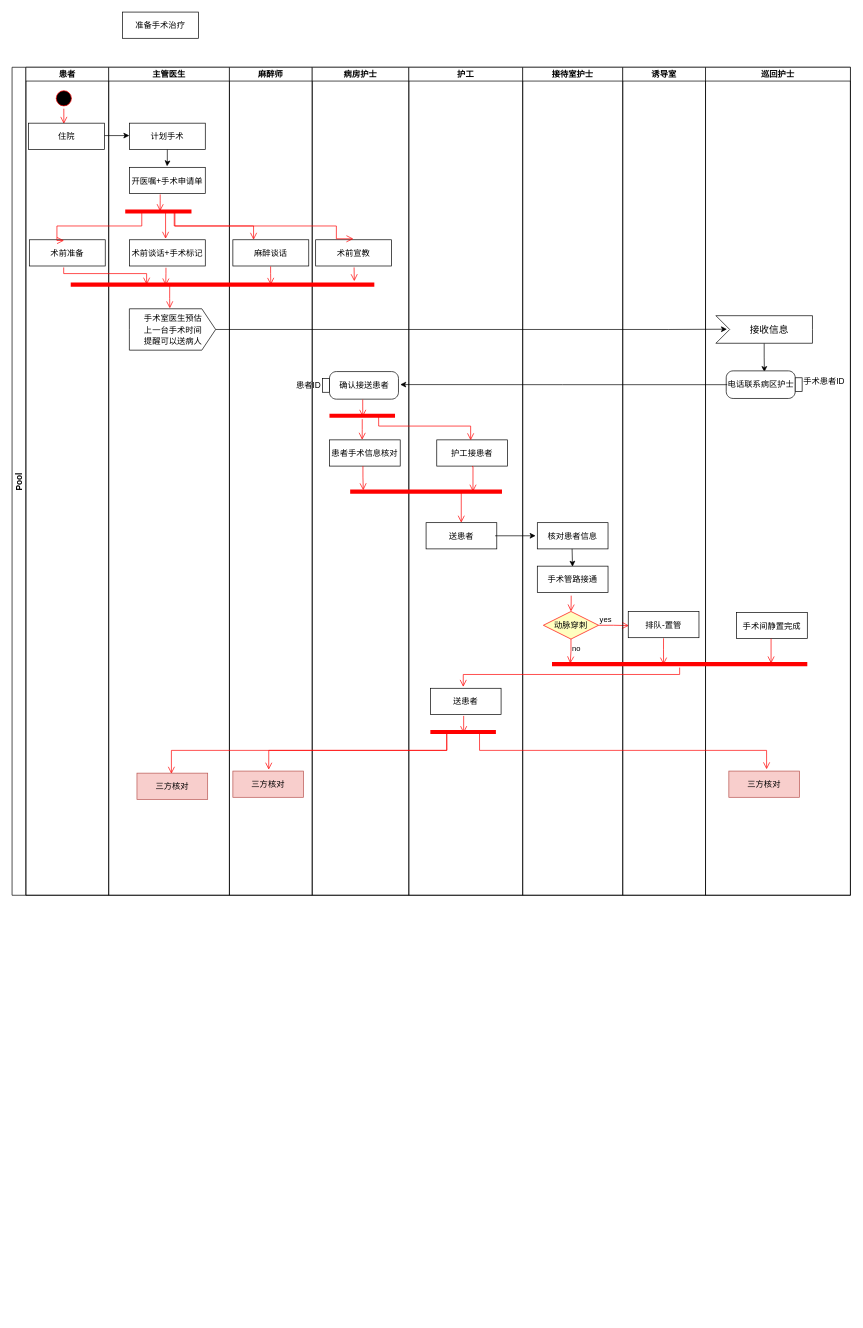
The draw.io diagram page "Page-3" (3 of 3) of medical quality control/SurgeryWorkFlow/手术业务流程图.drawio in weihuohuayi/draw.io, before the edit. Source tidied: cells renumbered, new cells numbered last; positions are measured from the earlier drawing's top-left corner, leaving out a move shared by most shapes. Both pictures are drawn from the tidied source at 69%, with x=0, y=0 at pixel (12, 12).
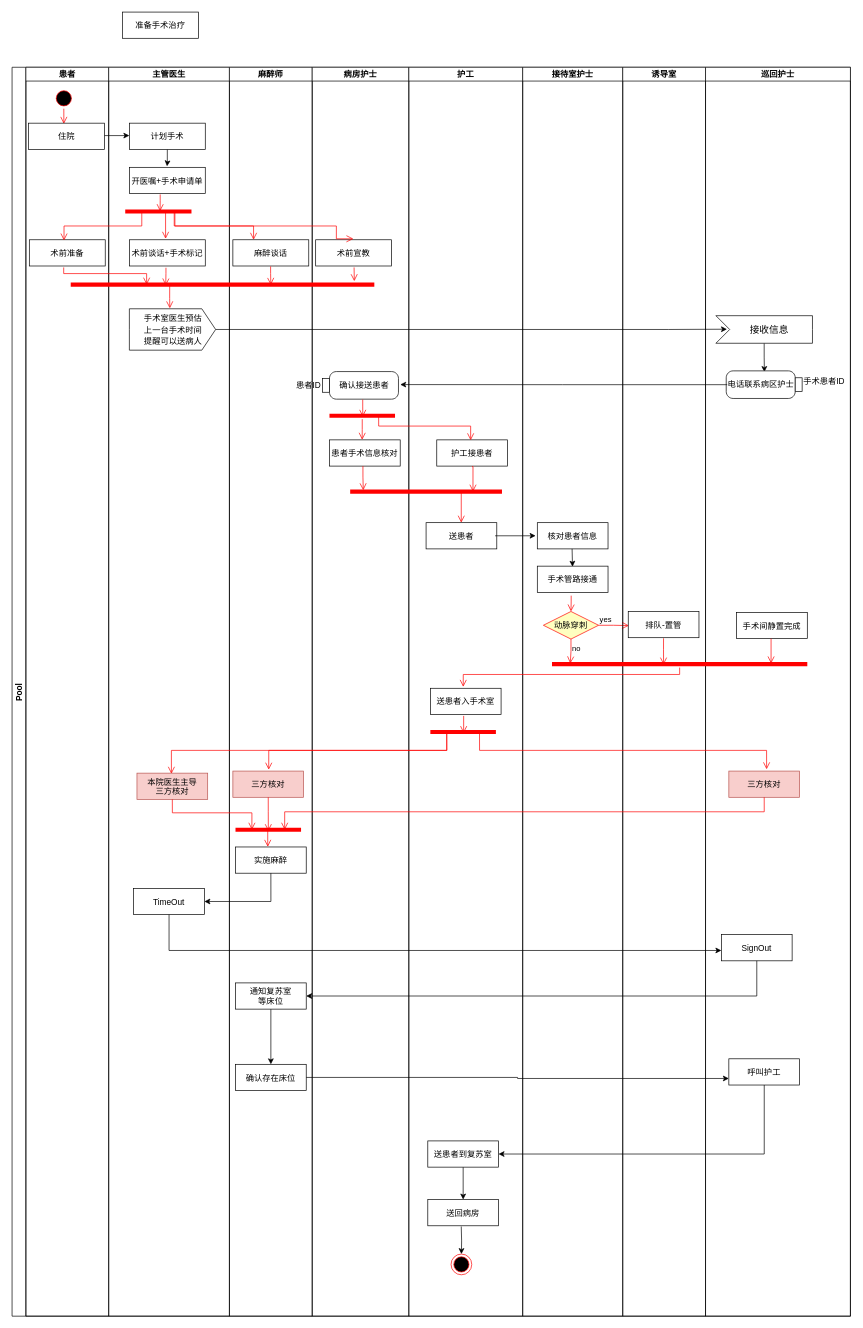
Above is the later version.

Commit message:
Update 手术业务流程图.drawio

Unchanged cells that the change refers to:
```xml
<mxCell id="7" value="术前准备" style="fillColor=rgb(255, 255, 255);strokeColor=rgb(0, 0, 0);fontColor=rgb(0, 0, 0);" parent="3" vertex="1">
  <mxGeometry x="5" y="250" width="110" height="38" as="geometry" />
</mxCell>
<mxCell id="16" value="三方核对" style="fillColor=#f8cecc;strokeColor=#b85450;" parent="14" vertex="1">
  <mxGeometry x="5" y="1020" width="102.5" height="38" as="geometry" />
</mxCell>
<mxCell id="29" style="shape=line;html=1;strokeWidth=6;strokeColor=#ff0000;" parent="27" vertex="1">
  <mxGeometry x="-85" y="610" width="220" height="10" as="geometry" />
</mxCell>
<mxCell id="54" value="三方核对" style="fillColor=#f8cecc;strokeColor=#b85450;" parent="46" vertex="1">
  <mxGeometry x="33.8" y="1020" width="102.5" height="38" as="geometry" />
</mxCell>
<mxCell id="70" style="shape=line;html=1;strokeWidth=6;strokeColor=#ff0000;" parent="1" vertex="1">
  <mxGeometry x="164" y="284" width="96" height="10" as="geometry" />
</mxCell>
```

Change to the diagram source:
```diff
@@
     <mxCell id="2" value="Pool" style="swimlane;startSize=20;horizontal=0;" parent="1" vertex="1">
-      <mxGeometry y="80" width="1215" height="1200" as="geometry" />
+      <mxGeometry y="80" width="1215" height="1810" as="geometry" />
     </mxCell>
     <mxCell id="3" value="患者" style="swimlane;startSize=20;" parent="2" vertex="1">
-      <mxGeometry x="20" width="120" height="1200" as="geometry" />
+      <mxGeometry x="20" width="120" height="1810" as="geometry" />
     </mxCell>
@@
     <mxCell id="8" value="主管医生" style="swimlane;startSize=20;" parent="2" vertex="1">
-      <mxGeometry x="140" width="175" height="1200" as="geometry" />
+      <mxGeometry x="140" width="175" height="1810" as="geometry" />
     </mxCell>
@@
+    <mxCell id="78" value="TimeOut" style="fillColor=rgb(255, 255, 255);strokeColor=rgb(0, 0, 0);fontColor=rgb(0, 0, 0);" parent="8" vertex="1">
+      <mxGeometry x="36.2" y="1190" width="102.5" height="38" as="geometry" />
+    </mxCell>
     <mxCell id="14" value="麻醉师" style="swimlane;startSize=20;" parent="2" vertex="1">
-      <mxGeometry x="315" width="120" height="1200" as="geometry" />
+      <mxGeometry x="315" width="120" height="1810" as="geometry" />
     </mxCell>
@@
+    <mxCell id="79" style="shape=line;html=1;strokeWidth=6;strokeColor=#ff0000;" parent="14" vertex="1">
+      <mxGeometry x="8.8" y="1100" width="95" height="10" as="geometry" />
+    </mxCell>
+    <mxCell id="80" style="edgeStyle=orthogonalEdgeStyle;html=1;verticalAlign=bottom;endArrow=open;endSize=8;strokeColor=#ff0000;rounded=0;exitX=0.5;exitY=1;exitDx=0;exitDy=0;entryX=0.501;entryY=0.706;entryDx=0;entryDy=0;entryPerimeter=0;" parent="14" edge="1" source="16" target="79">
+      <mxGeometry relative="1" as="geometry" />
+    </mxCell>
+    <mxCell id="81" value="实施麻醉" style="fillColor=rgb(255, 255, 255);strokeColor=rgb(0, 0, 0);fontColor=rgb(0, 0, 0);" parent="14" vertex="1">
+      <mxGeometry x="8.8" y="1130" width="102.5" height="38" as="geometry" />
+    </mxCell>
+    <mxCell id="82" style="edgeStyle=orthogonalEdgeStyle;html=1;verticalAlign=bottom;endArrow=open;endSize=8;strokeColor=#ff0000;rounded=0;entryX=0.457;entryY=-0.006;entryDx=0;entryDy=0;entryPerimeter=0;exitX=0.492;exitY=0.604;exitDx=0;exitDy=0;exitPerimeter=0;" parent="14" edge="1" source="79" target="81">
+      <mxGeometry relative="1" as="geometry" />
+    </mxCell>
+    <mxCell id="83" style="edgeStyle=orthogonalEdgeStyle;rounded=0;jettySize=auto;html=1;" parent="14" edge="1" source="84" target="85">
+      <mxGeometry relative="1" as="geometry" />
+    </mxCell>
+    <mxCell id="84" value="通知复苏室&#10;等床位" style="fillColor=rgb(255, 255, 255);strokeColor=rgb(0, 0, 0);fontColor=rgb(0, 0, 0);" parent="14" vertex="1">
+      <mxGeometry x="8.8" y="1327" width="102.5" height="38" as="geometry" />
+    </mxCell>
+    <mxCell id="85" value="确认存在床位" style="fillColor=rgb(255, 255, 255);strokeColor=rgb(0, 0, 0);fontColor=rgb(0, 0, 0);" parent="14" vertex="1">
+      <mxGeometry x="8.8" y="1445" width="102.5" height="38" as="geometry" />
+    </mxCell>
     <mxCell id="17" value="病房护士" style="swimlane;startSize=20;" parent="2" vertex="1">
-      <mxGeometry x="435" width="140" height="1200" as="geometry" />
+      <mxGeometry x="435" width="140" height="1810" as="geometry" />
     </mxCell>
@@
     <mxCell id="27" value="护工" style="swimlane;startSize=20;" parent="2" vertex="1">
-      <mxGeometry x="575" width="165" height="1200" as="geometry" />
+      <mxGeometry x="575" width="165" height="1810" as="geometry" />
     </mxCell>
@@
-    <mxCell id="32" style="edgeStyle=orthogonalEdgeStyle;html=1;verticalAlign=bottom;endArrow=open;endSize=8;strokeColor=#ff0000;rounded=0;exitX=0.519;exitY=0.638;exitDx=0;exitDy=0;exitPerimeter=0;" parent="27" edge="1" source="29">
+    <mxCell id="32" style="edgeStyle=orthogonalEdgeStyle;html=1;verticalAlign=bottom;endArrow=open;endSize=8;strokeColor=#ff0000;rounded=0;" parent="27" edge="1">
       <mxGeometry relative="1" as="geometry">
+        <mxPoint x="76" y="616" as="sourcePoint" />
         <mxPoint x="76" y="660" as="targetPoint" />
         <Array as="points">
           <mxPoint x="76" y="616" />
           <mxPoint x="76" y="660" />
         </Array>
       </mxGeometry>
     </mxCell>
-    <mxCell id="33" value="送患者" style="fillColor=rgb(255, 255, 255);strokeColor=rgb(0, 0, 0);fontColor=rgb(0, 0, 0);" parent="27" vertex="1">
+    <mxCell id="33" value="送患者入手术室" style="fillColor=rgb(255, 255, 255);strokeColor=rgb(0, 0, 0);fontColor=rgb(0, 0, 0);" parent="27" vertex="1">
       <mxGeometry x="31.2" y="900" width="102.5" height="38" as="geometry" />
     </mxCell>
@@
+    <mxCell id="86" style="edgeStyle=orthogonalEdgeStyle;rounded=0;jettySize=auto;html=1;" parent="27" edge="1" source="87" target="90">
+      <mxGeometry relative="1" as="geometry" />
+    </mxCell>
+    <mxCell id="87" value="送患者到复苏室" style="fillColor=rgb(255, 255, 255);strokeColor=rgb(0, 0, 0);fontColor=rgb(0, 0, 0);" parent="27" vertex="1">
+      <mxGeometry x="27.5" y="1556" width="102.5" height="38" as="geometry" />
+    </mxCell>
+    <mxCell id="88" style="ellipse;html=1;shape=endState;fillColor=#000000;strokeColor=#ff0000;" parent="27" vertex="1">
+      <mxGeometry x="61.2" y="1720" width="30" height="30" as="geometry" />
+    </mxCell>
+    <mxCell id="89" style="edgeStyle=orthogonalEdgeStyle;rounded=0;jettySize=auto;html=1;" parent="27" edge="1" target="88">
+      <mxGeometry relative="1" as="geometry">
+        <mxPoint x="76" y="1680" as="sourcePoint" />
+      </mxGeometry>
+    </mxCell>
+    <mxCell id="90" value="送回病房" style="fillColor=rgb(255, 255, 255);strokeColor=rgb(0, 0, 0);fontColor=rgb(0, 0, 0);" parent="27" vertex="1">
+      <mxGeometry x="27.5" y="1641" width="102.5" height="38" as="geometry" />
+    </mxCell>
     <mxCell id="36" value="接待室护士" style="swimlane;startSize=20;" parent="2" vertex="1">
-      <mxGeometry x="740" width="145" height="1200" as="geometry" />
+      <mxGeometry x="740" width="145" height="1810" as="geometry" />
     </mxCell>
@@
     <mxCell id="44" value="诱导室" style="swimlane;startSize=20;fillColor=rgb(255, 255, 255);strokeColor=rgb(0, 0, 0);fontColor=rgb(0, 0, 0);" parent="2" vertex="1">
-      <mxGeometry x="885" width="120" height="1200" as="geometry" />
+      <mxGeometry x="885" width="120" height="1810" as="geometry" />
     </mxCell>
@@
     <mxCell id="46" value="巡回护士" style="swimlane;startSize=20;" parent="2" vertex="1">
-      <mxGeometry x="1005" width="210" height="1200" as="geometry" />
+      <mxGeometry x="1005" width="210" height="1810" as="geometry" />
     </mxCell>
@@
+    <mxCell id="91" value="SignOut" style="fillColor=rgb(255, 255, 255);strokeColor=rgb(0, 0, 0);fontColor=rgb(0, 0, 0);" parent="46" vertex="1">
+      <mxGeometry x="23" y="1257" width="102.5" height="38" as="geometry" />
+    </mxCell>
+    <mxCell id="92" value="呼叫护工" style="fillColor=rgb(255, 255, 255);strokeColor=rgb(0, 0, 0);fontColor=rgb(0, 0, 0);" parent="46" vertex="1">
+      <mxGeometry x="33.8" y="1437" width="102.5" height="38" as="geometry" />
+    </mxCell>
@@
+    <mxCell id="93" style="edgeStyle=orthogonalEdgeStyle;html=1;verticalAlign=bottom;endArrow=open;endSize=8;strokeColor=#ff0000;rounded=0;exitX=0.5;exitY=1;exitDx=0;exitDy=0;entryX=0.75;entryY=0.5;entryDx=0;entryDy=0;entryPerimeter=0;" parent="2" edge="1" source="54" target="79">
+      <mxGeometry relative="1" as="geometry" />
+    </mxCell>
+    <mxCell id="94" style="edgeStyle=orthogonalEdgeStyle;rounded=0;jettySize=auto;html=1;entryX=1;entryY=0.5;entryDx=0;entryDy=0;exitX=0.5;exitY=1;exitDx=0;exitDy=0;" parent="2" edge="1" source="81" target="78">
+      <mxGeometry relative="1" as="geometry" />
+    </mxCell>
+    <mxCell id="95" style="edgeStyle=orthogonalEdgeStyle;rounded=0;jettySize=auto;html=1;" parent="2" edge="1" source="78">
+      <mxGeometry relative="1" as="geometry">
+        <mxPoint x="1028" y="1280" as="targetPoint" />
+        <Array as="points">
+          <mxPoint x="228" y="1280" />
+          <mxPoint x="1028" y="1280" />
+        </Array>
+      </mxGeometry>
+    </mxCell>
+    <mxCell id="96" style="edgeStyle=orthogonalEdgeStyle;rounded=0;jettySize=auto;html=1;entryX=1;entryY=0.5;entryDx=0;entryDy=0;" parent="2" edge="1" source="91" target="84">
+      <mxGeometry relative="1" as="geometry">
+        <Array as="points">
+          <mxPoint x="1079" y="1346" />
+        </Array>
+      </mxGeometry>
+    </mxCell>
+    <mxCell id="97" style="edgeStyle=orthogonalEdgeStyle;rounded=0;jettySize=auto;html=1;entryX=0;entryY=0.75;entryDx=0;entryDy=0;" parent="2" edge="1" source="85" target="92">
+      <mxGeometry relative="1" as="geometry" />
+    </mxCell>
+    <mxCell id="98" style="edgeStyle=orthogonalEdgeStyle;rounded=0;jettySize=auto;html=1;entryX=1;entryY=0.5;entryDx=0;entryDy=0;" parent="2" edge="1" source="92" target="87">
+      <mxGeometry relative="1" as="geometry">
+        <Array as="points">
+          <mxPoint x="1090" y="1575" />
+        </Array>
+      </mxGeometry>
+    </mxCell>
@@
     <mxCell id="75" style="edgeStyle=orthogonalEdgeStyle;html=1;verticalAlign=bottom;endArrow=open;endSize=8;strokeColor=#ff0000;rounded=0;exitX=0.25;exitY=0.5;exitDx=0;exitDy=0;exitPerimeter=0;entryX=0.457;entryY=0.028;entryDx=0;entryDy=0;entryPerimeter=0;" parent="1" edge="1" source="70" target="7">
       <mxGeometry relative="1" as="geometry">
         <Array as="points">
           <mxPoint x="188" y="310" />
-          <mxPoint x="65" y="310" />
+          <mxPoint x="75" y="310" />
+          <mxPoint x="75" y="331" />
         </Array>
       </mxGeometry>
     </mxCell>
-    <mxCell id="76" value="三方核对" style="fillColor=#f8cecc;strokeColor=#b85450;" parent="1" vertex="1">
+    <mxCell id="76" value="本院医生主导&#10;三方核对" style="fillColor=#f8cecc;strokeColor=#b85450;" parent="1" vertex="1">
       <mxGeometry x="181" y="1103" width="102.5" height="38" as="geometry" />
     </mxCell>
@@
+    <mxCell id="99" style="edgeStyle=orthogonalEdgeStyle;html=1;verticalAlign=bottom;endArrow=open;endSize=8;strokeColor=#ff0000;rounded=0;exitX=0.5;exitY=1;exitDx=0;exitDy=0;entryX=0.25;entryY=0.5;entryDx=0;entryDy=0;entryPerimeter=0;" parent="1" edge="1" source="76" target="79">
+      <mxGeometry relative="1" as="geometry" />
+    </mxCell>
```
